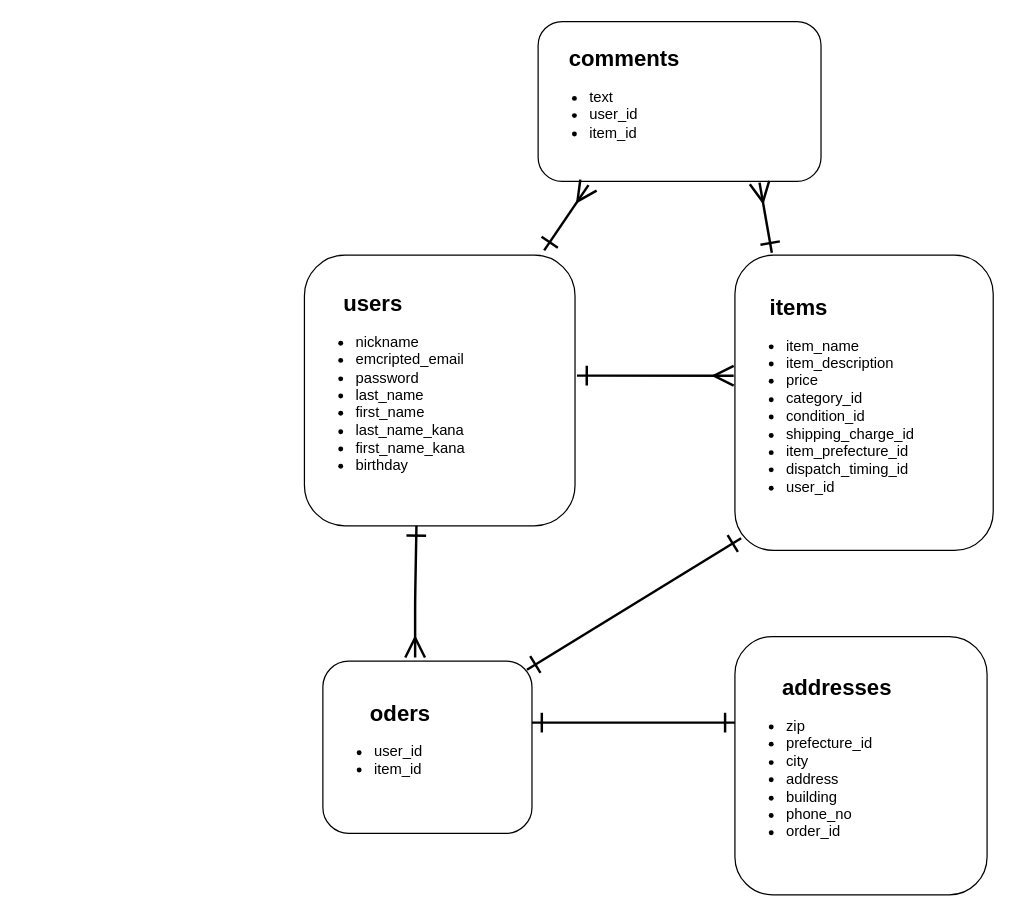
Above: ER.drawio in ariyawala/furima-32539 (draw.io), before the change. Source tidied: cells renumbered, new cells numbered last; positions are measured from the earlier drawing's top-left corner, leaving out a move shared by most shapes. Both pictures are drawn from the tidied source at 123%, with x=0, y=0 at pixel (304, 21).
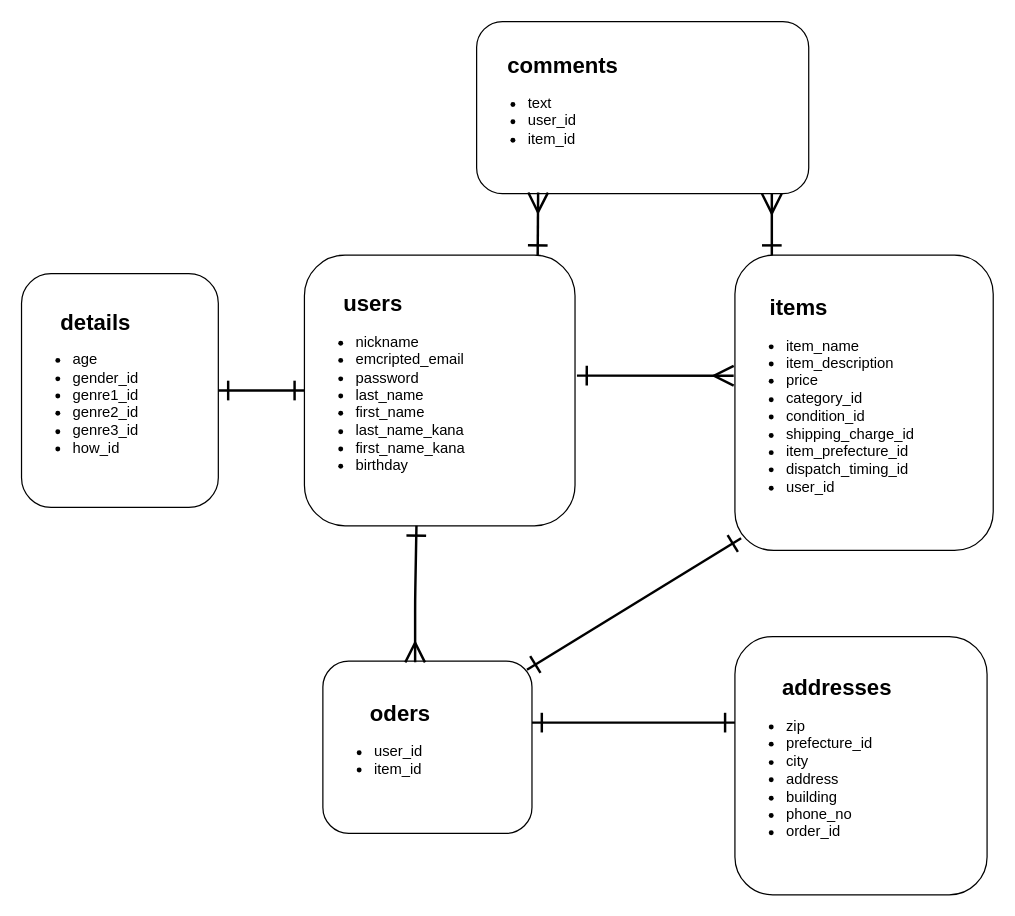
The same diagram, later.

The change refers to these unchanged cells:
```xml
<mxCell id="2" value="&amp;nbsp; &amp;nbsp; &amp;nbsp; &amp;nbsp; &amp;nbsp;&lt;b&gt;&lt;font style=&quot;font-size: 18px&quot;&gt;users&lt;/font&gt;&lt;/b&gt;&lt;br&gt;&lt;ul&gt;&lt;li&gt;nickname&lt;/li&gt;&lt;li&gt;emcripted_email&lt;/li&gt;&lt;li&gt;password&lt;/li&gt;&lt;li&gt;last_name&lt;/li&gt;&lt;li&gt;first_name&lt;/li&gt;&lt;li&gt;last_name_kana&lt;/li&gt;&lt;li&gt;first_name_kana&lt;/li&gt;&lt;li&gt;birthday&lt;/li&gt;&lt;/ul&gt;" style="rounded=1;whiteSpace=wrap;html=1;align=left;" parent="1" vertex="1">
  <mxGeometry y="190" width="220" height="220" as="geometry" />
</mxCell>
```

Diff of the diagram source:
```diff
@@
     <mxCell id="6" style="endArrow=ERmany;html=1;exitX=0.414;exitY=1;exitDx=0;exitDy=0;endFill=0;startArrow=ERone;startFill=0;strokeWidth=2;endSize=13;startSize=13;exitPerimeter=0;" parent="1" edge="1" source="2">
       <mxGeometry relative="1" as="geometry">
-        <mxPoint x="90" y="517" as="targetPoint" />
+        <mxPoint x="90" y="521" as="targetPoint" />
         <Array as="points">
           <mxPoint x="90" y="470" />
         </Array>
       </mxGeometry>
     </mxCell>
@@
     <mxCell id="11" value="&lt;span&gt;&amp;nbsp; &amp;nbsp; &amp;nbsp; &amp;nbsp;&lt;/span&gt;&lt;b&gt;&lt;font style=&quot;font-size: 18px&quot;&gt;comments&lt;br&gt;&lt;/font&gt;&lt;/b&gt;&lt;ul&gt;&lt;li&gt;text&lt;/li&gt;&lt;li&gt;user_id&lt;/li&gt;&lt;li&gt;item_id&lt;/li&gt;&lt;/ul&gt;" style="rounded=1;whiteSpace=wrap;html=1;align=left;" parent="1" vertex="1">
-      <mxGeometry x="190" width="230" height="130" as="geometry" />
+      <mxGeometry x="140" width="270" height="140" as="geometry" />
     </mxCell>
-    <mxCell id="12" style="endArrow=ERmany;html=1;exitX=0.886;exitY=-0.018;exitDx=0;exitDy=0;startArrow=ERone;startFill=0;endSize=13;strokeWidth=2;startSize=13;endFill=0;exitPerimeter=0;entryX=0.178;entryY=1.023;entryDx=0;entryDy=0;entryPerimeter=0;fontStyle=1;" parent="1" edge="1" source="2" target="11">
-      <mxGeometry relative="1" as="geometry" />
+    <mxCell id="12" style="endArrow=ERmany;html=1;startArrow=ERone;startFill=0;endSize=13;strokeWidth=2;startSize=13;endFill=0;exitX=0.862;exitY=0;exitDx=0;exitDy=0;exitPerimeter=0;" parent="1" edge="1" source="2">
+      <mxGeometry relative="1" as="geometry">
+        <mxPoint x="190" y="139" as="targetPoint" />
+      </mxGeometry>
     </mxCell>
     <mxCell id="13" style="endArrow=ERmany;html=1;startArrow=ERone;startFill=0;endSize=13;strokeWidth=2;startSize=13;endFill=0;" parent="1" edge="1">
       <mxGeometry relative="1" as="geometry">
-        <mxPoint x="380" y="188" as="sourcePoint" />
-        <mxPoint x="370" y="131" as="targetPoint" />
+        <mxPoint x="380" y="190" as="sourcePoint" />
+        <mxPoint x="380" y="140" as="targetPoint" />
       </mxGeometry>
     </mxCell>
+    <mxCell id="14" value="&amp;nbsp; &amp;nbsp; &amp;nbsp; &amp;nbsp; &amp;nbsp;&lt;b&gt;&lt;font style=&quot;font-size: 18px&quot;&gt;details&lt;/font&gt;&lt;/b&gt;&lt;br&gt;&lt;ul&gt;&lt;li&gt;age&lt;/li&gt;&lt;li&gt;gender_id&lt;/li&gt;&lt;li&gt;genre1_id&lt;/li&gt;&lt;li&gt;genre2_id&lt;/li&gt;&lt;li&gt;genre3_id&lt;/li&gt;&lt;li&gt;how_id&lt;/li&gt;&lt;/ul&gt;" style="rounded=1;whiteSpace=wrap;html=1;align=left;" parent="1" vertex="1">
+      <mxGeometry x="-230" y="205" width="160" height="190" as="geometry" />
+    </mxCell>
+    <mxCell id="15" style="endArrow=ERone;html=1;startArrow=ERone;startFill=0;endFill=0;strokeWidth=2;targetPerimeterSpacing=0;endSize=13;startSize=13;entryX=1;entryY=0.5;entryDx=0;entryDy=0;exitX=0;exitY=0.5;exitDx=0;exitDy=0;" parent="1" edge="1" source="2" target="14">
+      <mxGeometry relative="1" as="geometry" />
+    </mxCell>
```
